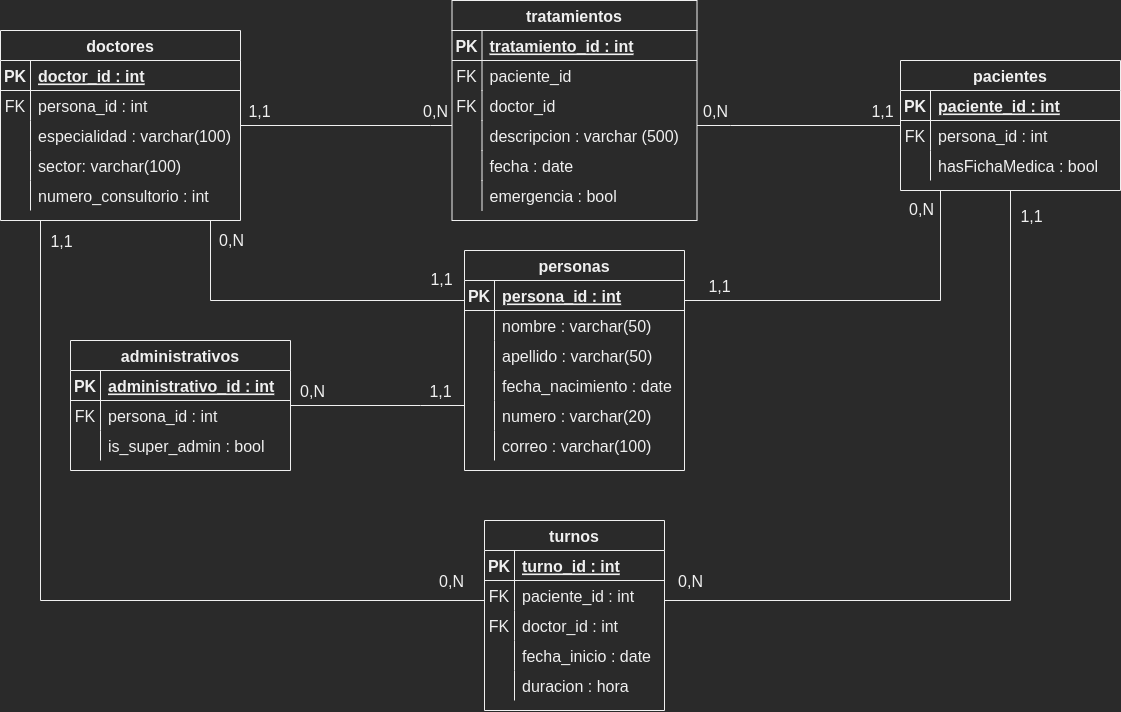
Above: DER.png in MrGoropeza/1000Programadores-ProyectoFinal (draw.io), before the change. Source tidied: cells renumbered, new cells last; positions are measured from the earlier drawing's top-left corner, leaving out a move shared by most shapes.
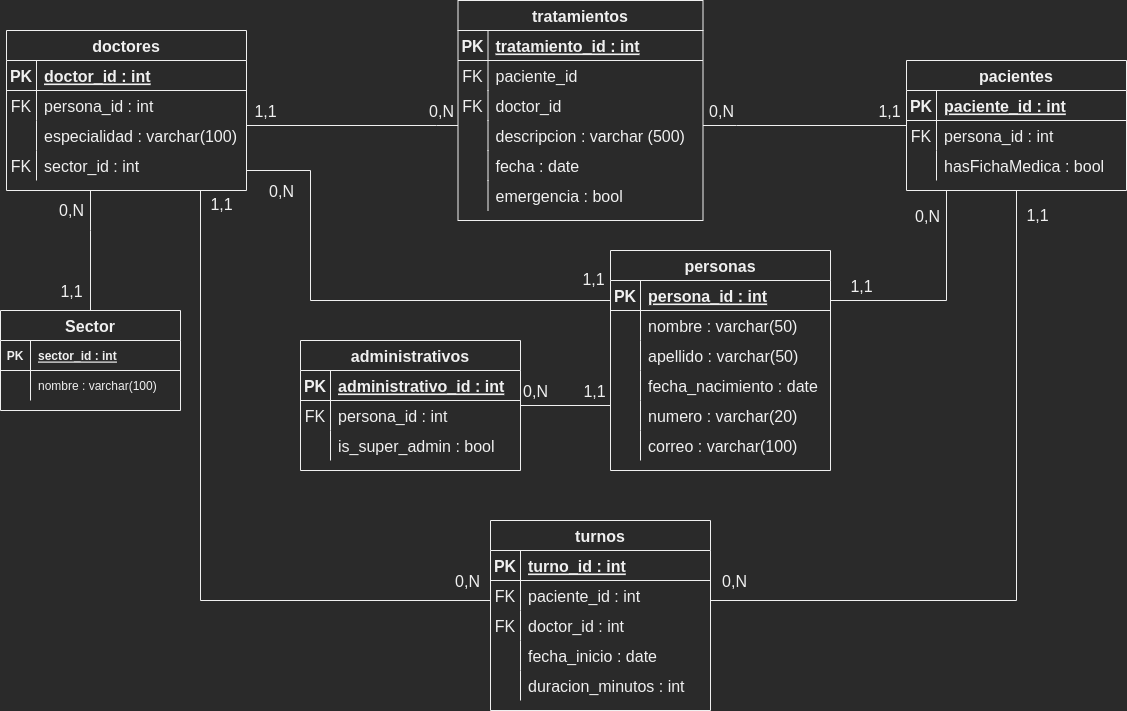
After the commit.

Commit message:
added diagramas finales y sql de creacion de bdd

Diff of the diagram source:
```diff
@@ -21,7 +21,7 @@
       </mxGeometry>
     </mxCell>
     <mxCell id="5" value="administrativos" style="shape=table;startSize=30;rowLines=0;fontStyle=1;align=center;fontSize=16;fillColor=none;" parent="1" vertex="1">
-      <mxGeometry x="70" y="340" width="220" height="130" as="geometry" />
+      <mxGeometry x="294" y="340" width="220" height="130" as="geometry" />
     </mxCell>
     <mxCell id="6" style="shape=tableRow;horizontal=0;startSize=0;swimlaneHead=0;swimlaneBody=0;fillColor=none;top=0;left=0;right=0;bottom=1;fontSize=16;" parent="5" vertex="1">
       <mxGeometry y="30" width="220" height="30" as="geometry" />
@@ -69,7 +69,7 @@
       </mxGeometry>
     </mxCell>
     <mxCell id="18" value="doctores" style="shape=table;startSize=30;rowLines=0;fontStyle=1;align=center;fontSize=16;fillColor=none;" parent="1" vertex="1">
-      <mxGeometry y="30" width="240" height="190" as="geometry" />
+      <mxGeometry y="30" width="240" height="160" as="geometry" />
     </mxCell>
     <mxCell id="19" style="shape=tableRow;horizontal=0;startSize=0;swimlaneHead=0;swimlaneBody=0;fillColor=none;top=0;left=0;right=0;bottom=1;fontSize=16;" parent="18" vertex="1">
       <mxGeometry y="30" width="240" height="30" as="geometry" />
@@ -98,22 +98,13 @@
     <mxCell id="27" value="especialidad : varchar(100)" style="shape=partialRectangle;fillColor=none;top=0;left=0;bottom=0;right=0;align=left;spacingLeft=6;overflow=hidden;fontSize=16;" parent="25" vertex="1">
       <mxGeometry x="30" width="210" height="30" as="geometry" />
     </mxCell>
-    <mxCell id="28" style="shape=tableRow;horizontal=0;startSize=0;swimlaneHead=0;swimlaneBody=0;fillColor=none;top=0;left=0;right=0;bottom=0;fontSize=16;" parent="18" vertex="1">
-      <mxGeometry y="120" width="240" height="30" as="geometry" />
-    </mxCell>
-    <mxCell id="29" style="shape=partialRectangle;fillColor=none;top=0;left=0;bottom=0;right=0;overflow=hidden;fontSize=16;" parent="28" vertex="1">
-      <mxGeometry width="30" height="30" as="geometry" />
-    </mxCell>
-    <mxCell id="30" value="sector: varchar(100)" style="shape=partialRectangle;fillColor=none;top=0;left=0;bottom=0;right=0;align=left;spacingLeft=6;overflow=hidden;fontSize=16;" parent="28" vertex="1">
-      <mxGeometry x="30" width="210" height="30" as="geometry" />
-    </mxCell>
     <mxCell id="31" style="shape=tableRow;horizontal=0;startSize=0;swimlaneHead=0;swimlaneBody=0;fillColor=none;top=0;left=0;right=0;bottom=0;fontSize=16;" parent="18" vertex="1">
-      <mxGeometry y="150" width="240" height="30" as="geometry" />
+      <mxGeometry y="120" width="240" height="30" as="geometry" />
     </mxCell>
-    <mxCell id="32" style="shape=partialRectangle;fillColor=none;top=0;left=0;bottom=0;right=0;overflow=hidden;fontSize=16;" parent="31" vertex="1">
+    <mxCell id="32" value="FK" style="shape=partialRectangle;fillColor=none;top=0;left=0;bottom=0;right=0;overflow=hidden;fontSize=16;" parent="31" vertex="1">
       <mxGeometry width="30" height="30" as="geometry" />
     </mxCell>
-    <mxCell id="33" value="numero_consultorio : int" style="shape=partialRectangle;fillColor=none;top=0;left=0;bottom=0;right=0;align=left;spacingLeft=6;overflow=hidden;fontSize=16;" parent="31" vertex="1">
+    <mxCell id="33" value="sector_id : int" style="shape=partialRectangle;fillColor=none;top=0;left=0;bottom=0;right=0;align=left;spacingLeft=6;overflow=hidden;fontSize=16;" parent="31" vertex="1">
       <mxGeometry x="30" width="210" height="30" as="geometry" />
     </mxCell>
     <mxCell id="34" style="edgeStyle=orthogonalEdgeStyle;rounded=0;jettySize=auto;html=1;fontSize=16;endArrow=none;endFill=0;startSize=20;endSize=20;" parent="1" edge="1" source="37" target="47">
@@ -224,7 +215,7 @@
     <mxCell id="66" style="edgeStyle=orthogonalEdgeStyle;rounded=0;jettySize=auto;html=1;endArrow=none;endFill=0;startSize=20;endSize=20;" parent="1" edge="1" source="72" target="18">
       <mxGeometry relative="1" as="geometry">
         <Array as="points">
-          <mxPoint x="40" y="600" />
+          <mxPoint x="194" y="600" />
         </Array>
       </mxGeometry>
     </mxCell>
@@ -256,52 +247,52 @@
       </mxGeometry>
     </mxCell>
     <mxCell id="72" value="turnos" style="shape=table;startSize=30;rowLines=0;fontStyle=1;align=center;fontSize=16;fillColor=none;" parent="1" vertex="1">
-      <mxGeometry x="484" y="520" width="180" height="190" as="geometry" />
+      <mxGeometry x="484" y="520" width="220" height="190" as="geometry" />
     </mxCell>
     <mxCell id="73" style="shape=tableRow;horizontal=0;startSize=0;swimlaneHead=0;swimlaneBody=0;fillColor=none;top=0;left=0;right=0;bottom=1;fontSize=16;" parent="72" vertex="1">
-      <mxGeometry y="30" width="180" height="30" as="geometry" />
+      <mxGeometry y="30" width="220" height="30" as="geometry" />
     </mxCell>
     <mxCell id="74" value="PK" style="shape=partialRectangle;fillColor=none;top=0;left=0;bottom=0;right=0;fontStyle=1;overflow=hidden;fontSize=16;" parent="73" vertex="1">
       <mxGeometry width="30" height="30" as="geometry" />
     </mxCell>
     <mxCell id="75" value="turno_id : int" style="shape=partialRectangle;fillColor=none;top=0;left=0;bottom=0;right=0;align=left;spacingLeft=6;fontStyle=5;overflow=hidden;fontSize=16;" parent="73" vertex="1">
-      <mxGeometry x="30" width="150" height="30" as="geometry" />
+      <mxGeometry x="30" width="190" height="30" as="geometry" />
     </mxCell>
     <mxCell id="76" style="shape=tableRow;horizontal=0;startSize=0;swimlaneHead=0;swimlaneBody=0;fillColor=none;top=0;left=0;right=0;bottom=0;fontSize=16;" parent="72" vertex="1">
-      <mxGeometry y="60" width="180" height="30" as="geometry" />
+      <mxGeometry y="60" width="220" height="30" as="geometry" />
     </mxCell>
     <mxCell id="77" value="FK" style="shape=partialRectangle;fillColor=none;top=0;left=0;bottom=0;right=0;overflow=hidden;fontSize=16;" parent="76" vertex="1">
       <mxGeometry width="30" height="30" as="geometry" />
     </mxCell>
     <mxCell id="78" value="paciente_id : int" style="shape=partialRectangle;fillColor=none;top=0;left=0;bottom=0;right=0;align=left;spacingLeft=6;overflow=hidden;fontSize=16;" parent="76" vertex="1">
-      <mxGeometry x="30" width="150" height="30" as="geometry" />
+      <mxGeometry x="30" width="190" height="30" as="geometry" />
     </mxCell>
     <mxCell id="79" style="shape=tableRow;horizontal=0;startSize=0;swimlaneHead=0;swimlaneBody=0;fillColor=none;top=0;left=0;right=0;bottom=0;fontSize=16;" parent="72" vertex="1">
-      <mxGeometry y="90" width="180" height="30" as="geometry" />
+      <mxGeometry y="90" width="220" height="30" as="geometry" />
     </mxCell>
     <mxCell id="80" value="FK" style="shape=partialRectangle;fillColor=none;top=0;left=0;bottom=0;right=0;overflow=hidden;fontSize=16;" parent="79" vertex="1">
       <mxGeometry width="30" height="30" as="geometry" />
     </mxCell>
     <mxCell id="81" value="doctor_id : int" style="shape=partialRectangle;fillColor=none;top=0;left=0;bottom=0;right=0;align=left;spacingLeft=6;overflow=hidden;fontSize=16;" parent="79" vertex="1">
-      <mxGeometry x="30" width="150" height="30" as="geometry" />
+      <mxGeometry x="30" width="190" height="30" as="geometry" />
     </mxCell>
     <mxCell id="82" style="shape=tableRow;horizontal=0;startSize=0;swimlaneHead=0;swimlaneBody=0;fillColor=none;top=0;left=0;right=0;bottom=0;fontSize=16;" parent="72" vertex="1">
-      <mxGeometry y="120" width="180" height="30" as="geometry" />
+      <mxGeometry y="120" width="220" height="30" as="geometry" />
     </mxCell>
     <mxCell id="83" style="shape=partialRectangle;fillColor=none;top=0;left=0;bottom=0;right=0;overflow=hidden;fontSize=16;" parent="82" vertex="1">
       <mxGeometry width="30" height="30" as="geometry" />
     </mxCell>
     <mxCell id="84" value="fecha_inicio : date" style="shape=partialRectangle;fillColor=none;top=0;left=0;bottom=0;right=0;align=left;spacingLeft=6;overflow=hidden;fontSize=16;" parent="82" vertex="1">
-      <mxGeometry x="30" width="150" height="30" as="geometry" />
+      <mxGeometry x="30" width="190" height="30" as="geometry" />
     </mxCell>
     <mxCell id="85" style="shape=tableRow;horizontal=0;startSize=0;swimlaneHead=0;swimlaneBody=0;fillColor=none;top=0;left=0;right=0;bottom=0;fontSize=16;" parent="72" vertex="1">
-      <mxGeometry y="150" width="180" height="30" as="geometry" />
+      <mxGeometry y="150" width="220" height="30" as="geometry" />
     </mxCell>
     <mxCell id="86" style="shape=partialRectangle;fillColor=none;top=0;left=0;bottom=0;right=0;overflow=hidden;fontSize=16;" parent="85" vertex="1">
       <mxGeometry width="30" height="30" as="geometry" />
     </mxCell>
-    <mxCell id="87" value="duracion : hora" style="shape=partialRectangle;fillColor=none;top=0;left=0;bottom=0;right=0;align=left;spacingLeft=6;overflow=hidden;fontSize=16;" parent="85" vertex="1">
-      <mxGeometry x="30" width="150" height="30" as="geometry" />
+    <mxCell id="87" value="duracion_minutos : int" style="shape=partialRectangle;fillColor=none;top=0;left=0;bottom=0;right=0;align=left;spacingLeft=6;overflow=hidden;fontSize=16;" parent="85" vertex="1">
+      <mxGeometry x="30" width="190" height="30" as="geometry" />
     </mxCell>
     <mxCell id="88" style="edgeStyle=orthogonalEdgeStyle;rounded=0;jettySize=auto;html=1;endArrow=none;endFill=0;" parent="1" edge="1" source="94" target="37">
       <mxGeometry relative="1" as="geometry">
@@ -312,33 +303,34 @@
     </mxCell>
     <mxCell id="89" value="0,N" style="edgeLabel;html=1;align=center;verticalAlign=middle;fontSize=16;" parent="88" vertex="1">
       <mxGeometry x="0.79" relative="1" as="geometry">
-        <mxPoint x="-20" y="-21" as="offset" />
+        <mxPoint x="-20" y="1" as="offset" />
       </mxGeometry>
     </mxCell>
     <mxCell id="90" value="1,1" style="edgeLabel;html=1;align=center;verticalAlign=middle;fontSize=16;" parent="88" vertex="1">
       <mxGeometry x="-0.5" y="-1" relative="1" as="geometry">
-        <mxPoint x="-59" y="-16" as="offset" />
+        <mxPoint x="-27" y="-16" as="offset" />
       </mxGeometry>
     </mxCell>
     <mxCell id="91" style="edgeStyle=orthogonalEdgeStyle;rounded=0;jettySize=auto;html=1;endArrow=none;endFill=0;" parent="1" edge="1" source="94" target="18">
       <mxGeometry relative="1" as="geometry">
         <Array as="points">
-          <mxPoint x="210" y="300" />
+          <mxPoint x="304" y="300" />
+          <mxPoint x="304" y="170" />
         </Array>
       </mxGeometry>
     </mxCell>
     <mxCell id="92" value="0,N" style="edgeLabel;html=1;align=center;verticalAlign=middle;fontSize=16;" parent="91" vertex="1">
       <mxGeometry x="0.68" y="3" relative="1" as="geometry">
-        <mxPoint x="23" y="-33" as="offset" />
+        <mxPoint x="-27" y="6" as="offset" />
       </mxGeometry>
     </mxCell>
     <mxCell id="93" value="1,1" style="edgeLabel;html=1;align=center;verticalAlign=middle;fontSize=16;" parent="91" vertex="1">
       <mxGeometry x="-0.72" y="4" relative="1" as="geometry">
-        <mxPoint x="23" y="-26" as="offset" />
+        <mxPoint x="51" y="-26" as="offset" />
       </mxGeometry>
     </mxCell>
     <mxCell id="94" value="personas" style="shape=table;startSize=30;rowLines=0;fontStyle=1;align=center;fontSize=16;fillColor=none;" parent="1" vertex="1">
-      <mxGeometry x="464" y="250" width="220" height="220" as="geometry" />
+      <mxGeometry x="604" y="250" width="220" height="220" as="geometry" />
     </mxCell>
     <mxCell id="95" style="shape=tableRow;horizontal=0;startSize=0;swimlaneHead=0;swimlaneBody=0;fillColor=none;top=0;left=0;right=0;bottom=1;fontSize=16;" parent="94" vertex="1">
       <mxGeometry y="30" width="220" height="30" as="geometry" />
@@ -394,5 +386,44 @@
     <mxCell id="112" value="correo : varchar(100)" style="shape=partialRectangle;fillColor=none;top=0;left=0;bottom=0;right=0;align=left;spacingLeft=6;overflow=hidden;fontSize=16;" parent="110" vertex="1">
       <mxGeometry x="30" width="190" height="30" as="geometry" />
     </mxCell>
+    <mxCell id="113" style="edgeStyle=orthogonalEdgeStyle;rounded=0;jettySize=auto;html=1;exitX=0.5;exitY=0;exitDx=0;exitDy=0;fontSize=16;endArrow=none;endFill=0;" parent="1" edge="1" source="116" target="18">
+      <mxGeometry relative="1" as="geometry">
+        <Array as="points">
+          <mxPoint x="84" y="230" />
+          <mxPoint x="84" y="230" />
+        </Array>
+      </mxGeometry>
+    </mxCell>
+    <mxCell id="114" value="1,1" style="edgeLabel;html=1;align=center;verticalAlign=middle;fontSize=16;" parent="113" vertex="1">
+      <mxGeometry x="-0.67" y="-1" relative="1" as="geometry">
+        <mxPoint x="-21" as="offset" />
+      </mxGeometry>
+    </mxCell>
+    <mxCell id="115" value="0,N" style="edgeLabel;html=1;align=center;verticalAlign=middle;fontSize=16;" parent="113" vertex="1">
+      <mxGeometry x="0.68" relative="1" as="geometry">
+        <mxPoint x="-20" as="offset" />
+      </mxGeometry>
+    </mxCell>
+    <mxCell id="116" value="Sector" style="shape=table;startSize=30;rowLines=0;fontStyle=1;align=center;fontSize=16;" parent="1" vertex="1">
+      <mxGeometry x="-6" y="310" width="180" height="100" as="geometry" />
+    </mxCell>
+    <mxCell id="117" style="shape=tableRow;horizontal=0;startSize=0;swimlaneHead=0;swimlaneBody=0;fillColor=none;top=0;left=0;right=0;bottom=1;" parent="116" vertex="1">
+      <mxGeometry y="30" width="180" height="30" as="geometry" />
+    </mxCell>
+    <mxCell id="118" value="PK" style="shape=partialRectangle;fillColor=none;top=0;left=0;bottom=0;right=0;fontStyle=1;overflow=hidden;" parent="117" vertex="1">
+      <mxGeometry width="30" height="30" as="geometry" />
+    </mxCell>
+    <mxCell id="119" value="sector_id : int" style="shape=partialRectangle;fillColor=none;top=0;left=0;bottom=0;right=0;align=left;spacingLeft=6;fontStyle=5;overflow=hidden;" parent="117" vertex="1">
+      <mxGeometry x="30" width="150" height="30" as="geometry" />
+    </mxCell>
+    <mxCell id="120" style="shape=tableRow;horizontal=0;startSize=0;swimlaneHead=0;swimlaneBody=0;fillColor=none;top=0;left=0;right=0;bottom=0;" parent="116" vertex="1">
+      <mxGeometry y="60" width="180" height="30" as="geometry" />
+    </mxCell>
+    <mxCell id="121" style="shape=partialRectangle;fillColor=none;top=0;left=0;bottom=0;right=0;overflow=hidden;" parent="120" vertex="1">
+      <mxGeometry width="30" height="30" as="geometry" />
+    </mxCell>
+    <mxCell id="122" value="nombre : varchar(100)" style="shape=partialRectangle;fillColor=none;top=0;left=0;bottom=0;right=0;align=left;spacingLeft=6;overflow=hidden;" parent="120" vertex="1">
+      <mxGeometry x="30" width="150" height="30" as="geometry" />
+    </mxCell>
   </root>
 </mxGraphModel>
```
